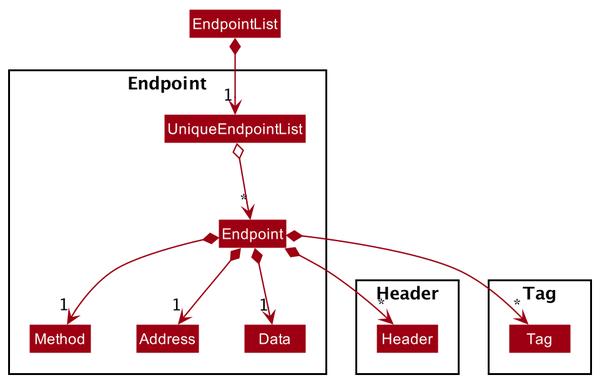
Earlier version of the PlantUML export docs/images/EndpointClassDiagram.png (nus-cs2103-AY2021S2/tp).
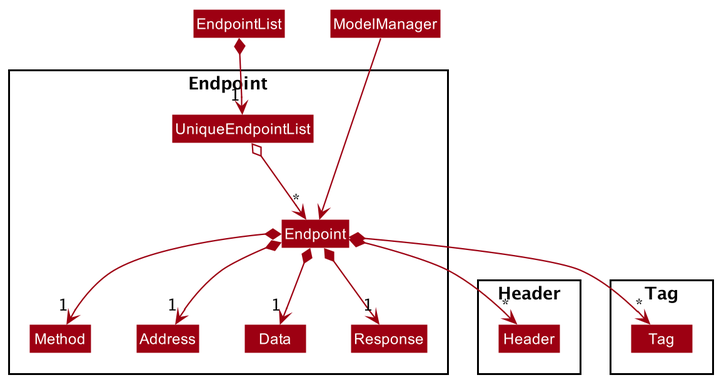
The same file after the commit.

Commit message:
Update diagrams in endpoint

What changed in the source:
```diff
@@ -6,11 +6,14 @@
 
 Class EndpointList
 
+Class ModelManager
+
 Package Endpoint {
 Class Endpoint
 Class Address
 Class Data
 Class Method
+Class Response
 Class UniqueEndpointList
 }
 
@@ -22,12 +25,13 @@
 Class Tag
 }
 
-
+ModelManager ---> Endpoint
 EndpointList *--> "1" UniqueEndpointList
 UniqueEndpointList o--> "*" Endpoint
 Endpoint *--> "1" Method
 Endpoint *--> "1" Data
 Endpoint *--> "1" Address
+Endpoint *--> "1" Response
 Endpoint *--> "*" Header
 Endpoint *--> "*" Tag
 
```
